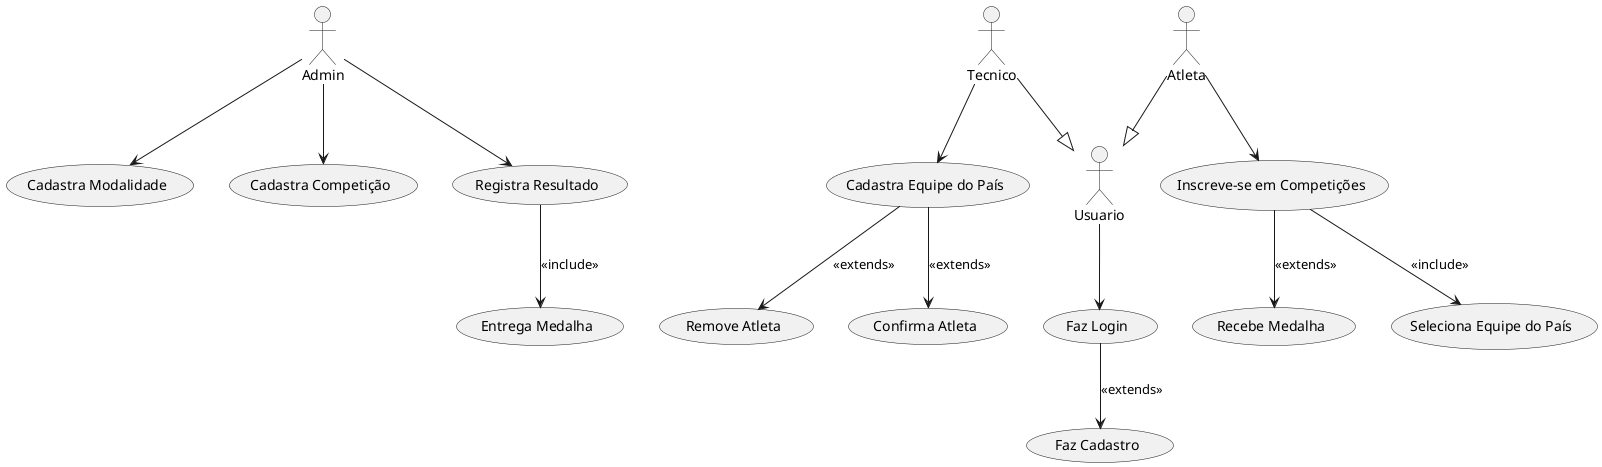
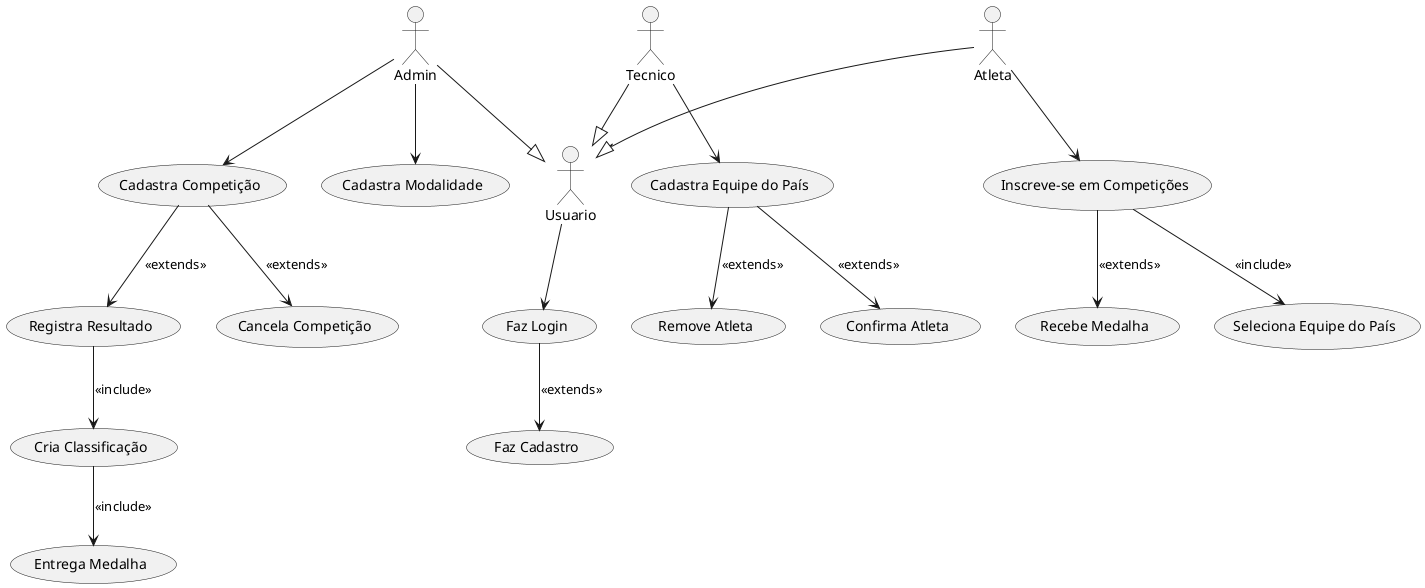
@startuml
+ actor Usuario
actor Admin
actor Tecnico
actor Atleta

usecase "Cadastra Modalidade" as CADASTRA_MODALIDADE
usecase "Cadastra Competição" as CADASTRA_COMPETICAO
usecase "Registra Resultado" as REGRISTRA_RESULTADO
usecase "Entrega Medalha" as ENTREGA_MEDALHA
+ usecase "Cria Classificação" as CRIA_CLASSIFICACAO
+ usecase "Cancela Competição" as CANCELA_COMPETICAO

Admin --> CADASTRA_MODALIDADE
Admin --> CADASTRA_COMPETICAO
- Admin --> REGRISTRA_RESULTADO
- REGRISTRA_RESULTADO --> (ENTREGA_MEDALHA) : <<include>>
+ CADASTRA_COMPETICAO --> (REGRISTRA_RESULTADO) : <<extends>>
+ CADASTRA_COMPETICAO --> (CANCELA_COMPETICAO) : <<extends>>
+ REGRISTRA_RESULTADO --> (CRIA_CLASSIFICACAO) : <<include>>
+ CRIA_CLASSIFICACAO --> (ENTREGA_MEDALHA) : <<include>>

usecase "Faz Cadastro" as FAZ_CADASTRO
usecase "Faz Login" as FAZ_LOGIN

+ Admin --|> Usuario
Atleta --|> Usuario
Tecnico --|> Usuario

Usuario --> FAZ_LOGIN
FAZ_LOGIN --> (FAZ_CADASTRO) : <<extends>>

usecase "Cadastra Equipe do País" as CADASTRA_EQUIPE
usecase "Remove Atleta" as REMOVE_ATLETA
usecase "Confirma Atleta" as CONFIRMA_ATLETA

Tecnico --> CADASTRA_EQUIPE
CADASTRA_EQUIPE --> (REMOVE_ATLETA) : <<extends>>
CADASTRA_EQUIPE --> (CONFIRMA_ATLETA) : <<extends>>

usecase "Seleciona Equipe do País" as SELECIONA_EQUIPE
usecase "Inscreve-se em Competições" as INSCREVE_COMPETICOES
usecase "Recebe Medalha" as RECEBE_MEDALHA

Atleta --> INSCREVE_COMPETICOES
INSCREVE_COMPETICOES --> (SELECIONA_EQUIPE) : <<include>>
INSCREVE_COMPETICOES --> (RECEBE_MEDALHA) : <<extends>>
- 
- 
+ @enduml